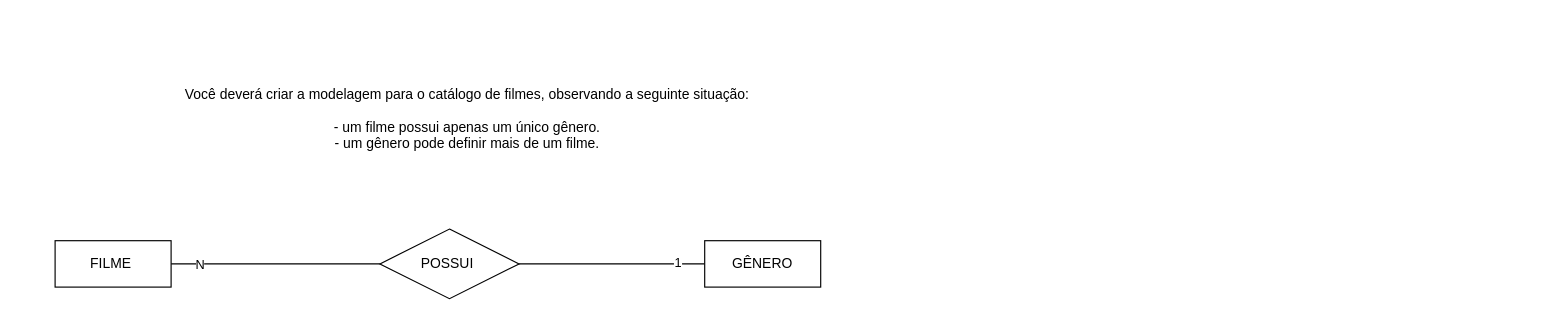
Before: page "Página-1" (1 of 7) of SPRINT 1/construção de modelos/1.5/1.5.drawio in MateusPaladino-29/2-semestre, a draw.io diagram. Source tidied: cells renumbered, new cells numbered last; positions are measured from the earlier drawing's top-left corner, leaving out a move shared by most shapes. Both pictures are drawn from the tidied source at 116%, with x=0, y=0 at pixel (55, 78).
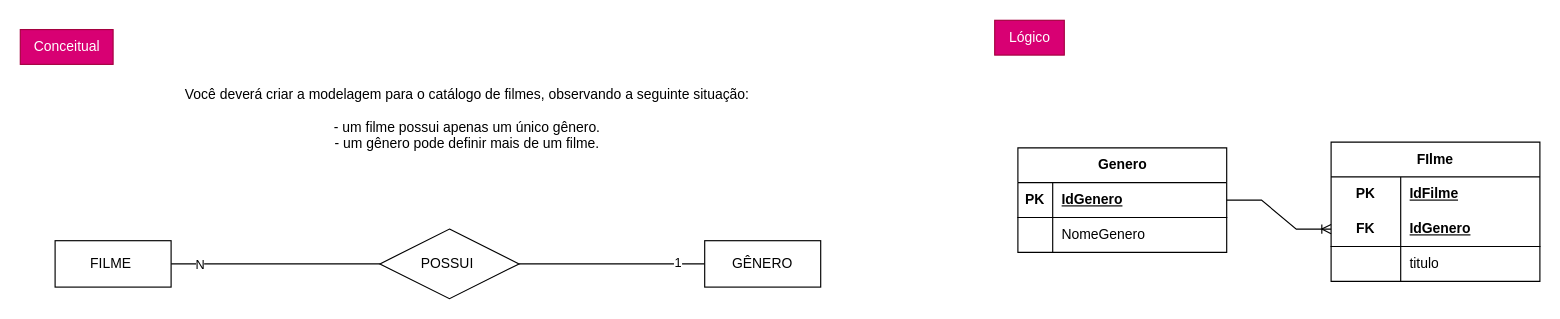
Above is the later version.

The edit, as a diff of the source:
```diff
@@
+    <mxCell id="10" value="Conceitual" style="text;html=1;align=center;verticalAlign=middle;strokeColor=#A50040;fillColor=#d80073;fontColor=#ffffff;" parent="1" vertex="1">
+      <mxGeometry x="-30" y="-42" width="80" height="30" as="geometry" />
+    </mxCell>
+    <mxCell id="11" value="Lógico" style="text;html=1;align=center;verticalAlign=middle;strokeColor=#A50040;fillColor=#d80073;fontColor=#ffffff;" parent="1" vertex="1">
+      <mxGeometry x="810" y="-50" width="60" height="30" as="geometry" />
+    </mxCell>
+    <mxCell id="12" value="Genero" style="shape=table;startSize=30;childLayout=tableLayout;rowLines=0;fontStyle=1;align=center;html=1;" parent="1" vertex="1">
+      <mxGeometry x="830" y="60" width="180" height="90" as="geometry" />
+    </mxCell>
+    <mxCell id="13" style="shape=tableRow;horizontal=0;startSize=0;swimlaneHead=0;swimlaneBody=0;fillColor=none;points=[[0,0.5],[1,0.5]];portConstraint=eastwest;top=0;left=0;right=0;bottom=1;" parent="12" vertex="1">
+      <mxGeometry y="30" width="180" height="30" as="geometry" />
+    </mxCell>
+    <mxCell id="14" value="PK" style="shape=partialRectangle;fillColor=none;top=0;left=0;bottom=0;right=0;fontStyle=1;overflow=hidden;whiteSpace=wrap;html=1;" parent="13" vertex="1">
+      <mxGeometry width="30" height="30" as="geometry" />
+    </mxCell>
+    <mxCell id="15" value="IdGenero" style="shape=partialRectangle;fillColor=none;top=0;left=0;bottom=0;right=0;align=left;spacingLeft=6;fontStyle=5;overflow=hidden;whiteSpace=wrap;html=1;" parent="13" vertex="1">
+      <mxGeometry x="30" width="150" height="30" as="geometry" />
+    </mxCell>
+    <mxCell id="16" style="shape=tableRow;horizontal=0;startSize=0;swimlaneHead=0;swimlaneBody=0;fillColor=none;top=0;left=0;right=0;bottom=0;" parent="12" vertex="1">
+      <mxGeometry y="60" width="180" height="30" as="geometry" />
+    </mxCell>
+    <mxCell id="17" style="shape=partialRectangle;fillColor=none;top=0;left=0;bottom=0;right=0;overflow=hidden;whiteSpace=wrap;html=1;" parent="16" vertex="1">
+      <mxGeometry width="30" height="30" as="geometry" />
+    </mxCell>
+    <mxCell id="18" value="NomeGenero" style="shape=partialRectangle;fillColor=none;top=0;left=0;bottom=0;right=0;align=left;spacingLeft=6;overflow=hidden;whiteSpace=wrap;html=1;" parent="16" vertex="1">
+      <mxGeometry x="30" width="150" height="30" as="geometry" />
+    </mxCell>
+    <mxCell id="19" value="FIlme" style="shape=table;startSize=30;childLayout=tableLayout;rowLines=0;fontStyle=1;align=center;html=1;whiteSpace=wrap;" parent="1" vertex="1">
+      <mxGeometry x="1100" y="55" width="180" height="120" as="geometry" />
+    </mxCell>
+    <mxCell id="20" style="shape=tableRow;horizontal=0;startSize=0;swimlaneHead=0;swimlaneBody=0;fillColor=none;top=0;left=0;right=0;bottom=0;html=1;" parent="19" vertex="1">
+      <mxGeometry y="30" width="180" height="30" as="geometry" />
+    </mxCell>
+    <mxCell id="21" value="PK" style="shape=partialRectangle;fillColor=none;top=0;left=0;bottom=0;right=0;fontStyle=1;overflow=hidden;html=1;whiteSpace=wrap;" parent="20" vertex="1">
+      <mxGeometry width="60" height="30" as="geometry" />
+    </mxCell>
+    <mxCell id="22" value="IdFilme" style="shape=partialRectangle;fillColor=none;top=0;left=0;bottom=0;right=0;align=left;spacingLeft=6;fontStyle=5;overflow=hidden;html=1;whiteSpace=wrap;" parent="20" vertex="1">
+      <mxGeometry x="60" width="120" height="30" as="geometry" />
+    </mxCell>
+    <mxCell id="23" style="shape=tableRow;horizontal=0;startSize=0;swimlaneHead=0;swimlaneBody=0;fillColor=none;points=[[0,0.5],[1,0.5]];portConstraint=eastwest;top=0;left=0;right=0;bottom=1;html=1;" parent="19" vertex="1">
+      <mxGeometry y="60" width="180" height="30" as="geometry" />
+    </mxCell>
+    <mxCell id="24" value="FK" style="shape=partialRectangle;fillColor=none;top=0;left=0;bottom=0;right=0;fontStyle=1;overflow=hidden;html=1;whiteSpace=wrap;" parent="23" vertex="1">
+      <mxGeometry width="60" height="30" as="geometry" />
+    </mxCell>
+    <mxCell id="25" value="IdGenero" style="shape=partialRectangle;fillColor=none;top=0;left=0;bottom=0;right=0;align=left;spacingLeft=6;fontStyle=5;overflow=hidden;html=1;whiteSpace=wrap;" parent="23" vertex="1">
+      <mxGeometry x="60" width="120" height="30" as="geometry" />
+    </mxCell>
+    <mxCell id="26" style="shape=tableRow;horizontal=0;startSize=0;swimlaneHead=0;swimlaneBody=0;fillColor=none;top=0;left=0;right=0;bottom=0;html=1;" parent="19" vertex="1">
+      <mxGeometry y="90" width="180" height="30" as="geometry" />
+    </mxCell>
+    <mxCell id="27" style="shape=partialRectangle;fillColor=none;top=0;left=0;bottom=0;right=0;overflow=hidden;html=1;whiteSpace=wrap;" parent="26" vertex="1">
+      <mxGeometry width="60" height="30" as="geometry" />
+    </mxCell>
+    <mxCell id="28" value="titulo" style="shape=partialRectangle;fillColor=none;top=0;left=0;bottom=0;right=0;align=left;spacingLeft=6;overflow=hidden;html=1;whiteSpace=wrap;" parent="26" vertex="1">
+      <mxGeometry x="60" width="120" height="30" as="geometry" />
+    </mxCell>
+    <mxCell id="29" style="edgeStyle=entityRelationEdgeStyle;fontSize=12;html=1;endArrow=ERoneToMany;rounded=0;exitX=1;exitY=0.5;exitDx=0;exitDy=0;entryX=0;entryY=0.5;entryDx=0;entryDy=0;" parent="1" edge="1" source="13" target="23">
+      <mxGeometry relative="1" as="geometry">
+        <Array as="points">
+          <mxPoint x="1050" y="110" />
+        </Array>
+      </mxGeometry>
+    </mxCell>
```
